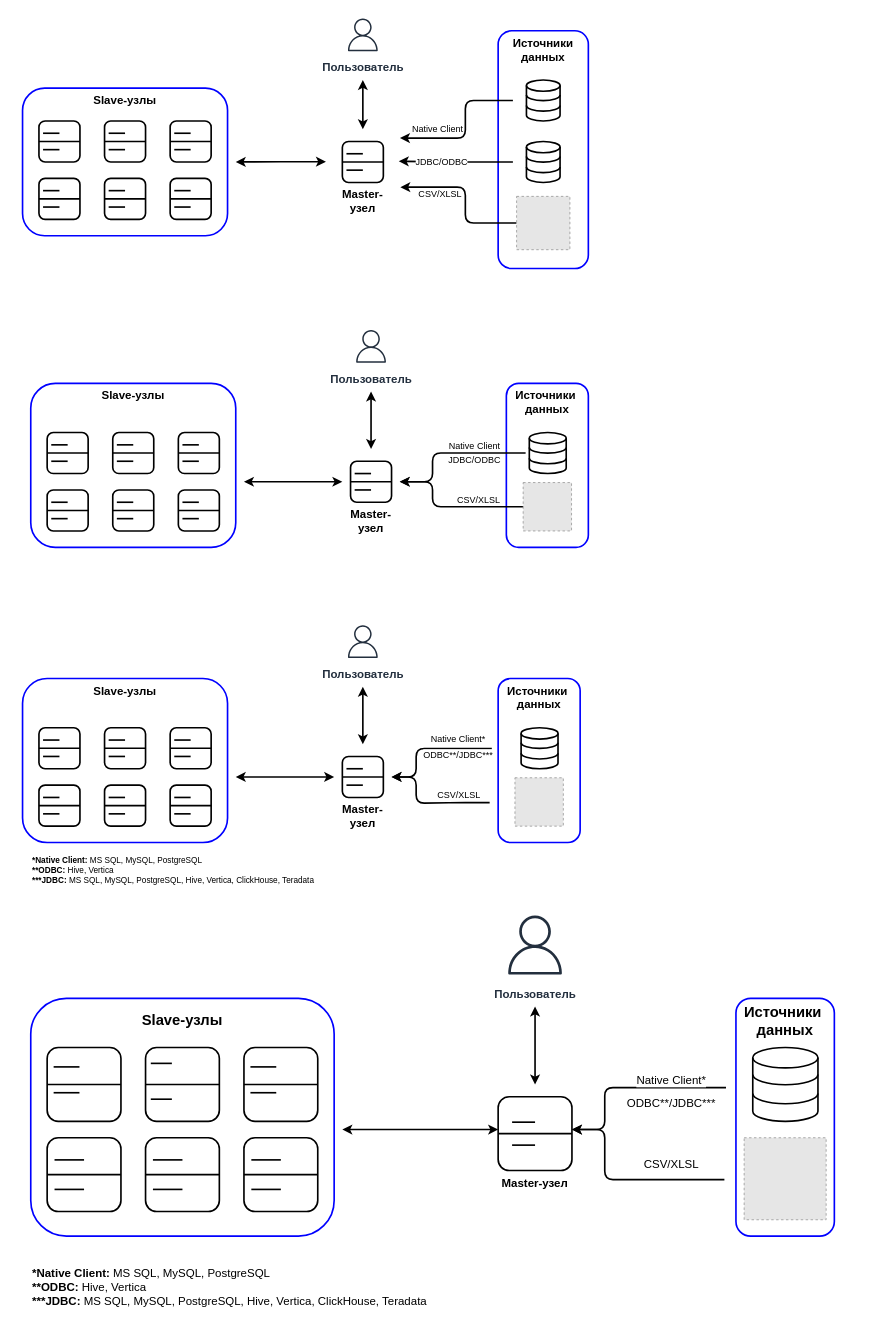
FYamaev/draw.io keeps this draw.io diagram as page "PA-cluster_2_v1" (5 of 10) of YDB-PD_v3.drawio. Above is the earlier version. Source tidied: cells renumbered, new cells numbered last; positions are measured from the earlier drawing's top-left corner, leaving out a move shared by most shapes. Both pictures are drawn from the tidied source at 82%, with x=0, y=0 at pixel (14, 14). Pictures stored in the file or linked from it are replaced by grey dashed boxes.
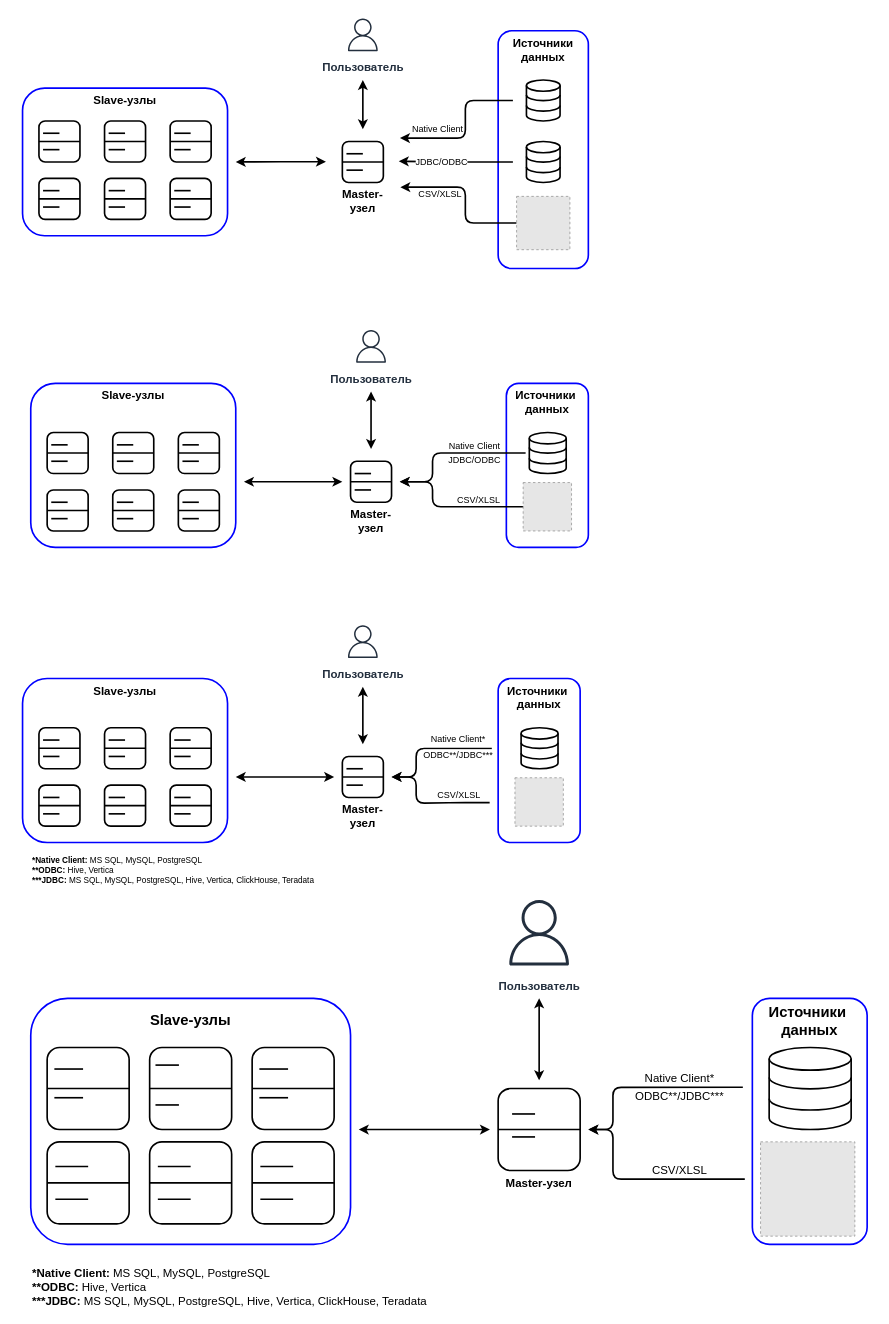
After the change.

What changed in the source:
```diff
@@
+    <mxCell id="216" style="rounded=0;whiteSpace=wrap;html=1;fillColor=none;strokeColor=none;" parent="1" vertex="1">
+      <mxGeometry x="580" y="1060" width="120" height="140" as="geometry" />
+    </mxCell>
     <mxCell id="2" style="rounded=0;whiteSpace=wrap;html=1;strokeColor=none;opacity=0;fontSize=14;" parent="1" vertex="1">
-      <mxGeometry x="590" y="1305" width="90" height="110" as="geometry" />
+      <mxGeometry x="580" y="1300" width="120" height="120" as="geometry" />
     </mxCell>
     <mxCell id="3" style="rounded=0;whiteSpace=wrap;html=1;strokeColor=none;opacity=0;" parent="1" vertex="1">
-      <mxGeometry x="870" y="1200" width="120" height="310" as="geometry" />
+      <mxGeometry x="890" y="1200" width="160" height="320" as="geometry" />
     </mxCell>
@@
     <mxCell id="161" value="Источники&amp;nbsp;&lt;div&gt;данных&lt;/div&gt;" style="rounded=1;whiteSpace=wrap;html=1;strokeWidth=2;strokeColor=#0000FF;verticalAlign=top;fontSize=18;fontStyle=1;" parent="1" vertex="1">
-      <mxGeometry x="880" y="1200" width="120" height="290" as="geometry" />
+      <mxGeometry x="900" y="1200" width="140" height="300" as="geometry" />
     </mxCell>
     <mxCell id="162" style="rounded=0;whiteSpace=wrap;html=1;strokeColor=none;opacity=0;" parent="1" vertex="1">
-      <mxGeometry x="10" y="1200" width="390" height="320" as="geometry" />
+      <mxGeometry x="10" y="1200" width="410" height="320" as="geometry" />
     </mxCell>
@@
     <mxCell id="164" value="Slave-узлы" style="rounded=1;whiteSpace=wrap;html=1;strokeWidth=2;strokeColor=#0000FF;verticalAlign=top;fontSize=18;fontStyle=1;spacingTop=10;" parent="1" vertex="1">
-      <mxGeometry x="20" y="1200" width="370" height="290" as="geometry" />
+      <mxGeometry x="20" y="1200" width="390" height="300" as="geometry" />
     </mxCell>
     <mxCell id="165" style="group;" parent="1" vertex="1">
-      <mxGeometry x="40" y="1260" width="90" height="90" as="geometry" />
+      <mxGeometry x="40" y="1260" width="100" height="100" as="geometry" />
     </mxCell>
     <mxCell id="166" style="group;" parent="165" vertex="1">
-      <mxGeometry width="90" height="90" as="geometry" />
+      <mxGeometry width="100" height="100" as="geometry" />
     </mxCell>
     <mxCell id="167" style="rounded=1;whiteSpace=wrap;html=1;strokeWidth=2;" parent="166" vertex="1">
-      <mxGeometry width="90" height="90" as="geometry" />
+      <mxGeometry width="100" height="100" as="geometry" />
     </mxCell>
@@
     <mxCell id="169" style="endArrow=none;html=1;rounded=0;strokeWidth=2;" parent="166" edge="1">
       <mxGeometry relative="1" as="geometry">
-        <mxPoint x="7.9" y="23.6" as="sourcePoint" />
-        <mxPoint x="39.4" y="23.6" as="targetPoint" />
+        <mxPoint x="8.8" y="26.2" as="sourcePoint" />
+        <mxPoint x="43.8" y="26.2" as="targetPoint" />
       </mxGeometry>
     </mxCell>
     <mxCell id="170" style="endArrow=none;html=1;rounded=0;strokeWidth=2;" parent="166" edge="1">
       <mxGeometry relative="1" as="geometry">
-        <mxPoint x="7.9" y="55.1" as="sourcePoint" />
-        <mxPoint x="39.4" y="55.1" as="targetPoint" />
+        <mxPoint x="8.8" y="61.2" as="sourcePoint" />
+        <mxPoint x="43.8" y="61.2" as="targetPoint" />
       </mxGeometry>
     </mxCell>
     <mxCell id="171" style="group;" parent="1" vertex="1">
-      <mxGeometry x="160" y="1260" width="90" height="90" as="geometry" />
+      <mxGeometry x="165" y="1260" width="100" height="100" as="geometry" />
     </mxCell>
     <mxCell id="172" style="group;" parent="171" vertex="1">
-      <mxGeometry width="90" height="90" as="geometry" />
+      <mxGeometry width="100" height="100" as="geometry" />
     </mxCell>
     <mxCell id="173" style="rounded=1;whiteSpace=wrap;html=1;strokeWidth=2;" parent="172" vertex="1">
-      <mxGeometry width="90" height="90" as="geometry" />
+      <mxGeometry width="100" height="100" as="geometry" />
     </mxCell>
@@
     <mxCell id="175" style="endArrow=none;html=1;rounded=0;strokeWidth=2;" parent="172" edge="1">
       <mxGeometry relative="1" as="geometry">
-        <mxPoint x="6.4" y="19.3" as="sourcePoint" />
-        <mxPoint x="32.1" y="19.3" as="targetPoint" />
+        <mxPoint x="7.1" y="21.4" as="sourcePoint" />
+        <mxPoint x="35.7" y="21.4" as="targetPoint" />
       </mxGeometry>
     </mxCell>
     <mxCell id="176" style="endArrow=none;html=1;rounded=0;strokeWidth=2;" parent="172" edge="1">
       <mxGeometry relative="1" as="geometry">
-        <mxPoint x="6.4" y="63" as="sourcePoint" />
-        <mxPoint x="32.1" y="63" as="targetPoint" />
+        <mxPoint x="7.1" y="70" as="sourcePoint" />
+        <mxPoint x="35.7" y="70" as="targetPoint" />
       </mxGeometry>
     </mxCell>
     <mxCell id="177" style="group;" parent="1" vertex="1">
-      <mxGeometry x="280" y="1260" width="90" height="90" as="geometry" />
+      <mxGeometry x="290" y="1260" width="100" height="100" as="geometry" />
     </mxCell>
     <mxCell id="178" style="group;" parent="177" vertex="1">
-      <mxGeometry width="90" height="90" as="geometry" />
+      <mxGeometry width="100" height="100" as="geometry" />
     </mxCell>
     <mxCell id="179" style="rounded=1;whiteSpace=wrap;html=1;strokeWidth=2;" parent="178" vertex="1">
-      <mxGeometry width="90" height="90" as="geometry" />
+      <mxGeometry width="100" height="100" as="geometry" />
     </mxCell>
@@
     <mxCell id="181" style="endArrow=none;html=1;rounded=0;strokeWidth=2;" parent="178" edge="1">
       <mxGeometry relative="1" as="geometry">
-        <mxPoint x="7.9" y="23.6" as="sourcePoint" />
-        <mxPoint x="39.4" y="23.6" as="targetPoint" />
+        <mxPoint x="8.8" y="26.2" as="sourcePoint" />
+        <mxPoint x="43.8" y="26.2" as="targetPoint" />
       </mxGeometry>
     </mxCell>
     <mxCell id="182" style="endArrow=none;html=1;rounded=0;strokeWidth=2;" parent="178" edge="1">
       <mxGeometry relative="1" as="geometry">
-        <mxPoint x="7.9" y="55.1" as="sourcePoint" />
-        <mxPoint x="39.4" y="55.1" as="targetPoint" />
+        <mxPoint x="8.8" y="61.2" as="sourcePoint" />
+        <mxPoint x="43.8" y="61.2" as="targetPoint" />
       </mxGeometry>
     </mxCell>
     <mxCell id="183" style="group;" parent="1" vertex="1">
-      <mxGeometry x="40" y="1370" width="90" height="90" as="geometry" />
+      <mxGeometry x="40" y="1375" width="100" height="100" as="geometry" />
     </mxCell>
     <mxCell id="184" style="group;" parent="183" vertex="1">
-      <mxGeometry width="90" height="90" as="geometry" />
+      <mxGeometry width="100" height="100" as="geometry" />
     </mxCell>
     <mxCell id="185" style="rounded=1;whiteSpace=wrap;html=1;strokeWidth=2;" parent="184" vertex="1">
-      <mxGeometry width="90" height="90" as="geometry" />
+      <mxGeometry width="100" height="100" as="geometry" />
     </mxCell>
@@
     <mxCell id="187" style="endArrow=none;html=1;rounded=0;strokeWidth=2;" parent="184" edge="1">
       <mxGeometry relative="1" as="geometry">
-        <mxPoint x="9" y="27" as="sourcePoint" />
-        <mxPoint x="45" y="27" as="targetPoint" />
+        <mxPoint x="10" y="30" as="sourcePoint" />
+        <mxPoint x="50" y="30" as="targetPoint" />
       </mxGeometry>
     </mxCell>
     <mxCell id="188" style="endArrow=none;html=1;rounded=0;strokeWidth=2;" parent="184" edge="1">
       <mxGeometry relative="1" as="geometry">
-        <mxPoint x="9" y="63" as="sourcePoint" />
-        <mxPoint x="45" y="63" as="targetPoint" />
+        <mxPoint x="10" y="70" as="sourcePoint" />
+        <mxPoint x="50" y="70" as="targetPoint" />
       </mxGeometry>
     </mxCell>
     <mxCell id="189" style="group;" parent="1" vertex="1">
-      <mxGeometry x="280" y="1370" width="90" height="90" as="geometry" />
+      <mxGeometry x="290" y="1375" width="100" height="100" as="geometry" />
     </mxCell>
     <mxCell id="190" style="group;" parent="189" vertex="1">
-      <mxGeometry width="90" height="90" as="geometry" />
+      <mxGeometry width="100" height="100" as="geometry" />
     </mxCell>
     <mxCell id="191" style="group;" parent="190" vertex="1">
-      <mxGeometry width="90" height="90" as="geometry" />
+      <mxGeometry width="100" height="100" as="geometry" />
     </mxCell>
     <mxCell id="192" style="rounded=1;whiteSpace=wrap;html=1;strokeWidth=2;" parent="191" vertex="1">
-      <mxGeometry width="90" height="90" as="geometry" />
+      <mxGeometry width="100" height="100" as="geometry" />
     </mxCell>
@@
     <mxCell id="194" style="endArrow=none;html=1;rounded=0;strokeWidth=2;" parent="191" edge="1">
       <mxGeometry relative="1" as="geometry">
-        <mxPoint x="9" y="27" as="sourcePoint" />
-        <mxPoint x="45" y="27" as="targetPoint" />
+        <mxPoint x="10" y="30" as="sourcePoint" />
+        <mxPoint x="50" y="30" as="targetPoint" />
       </mxGeometry>
     </mxCell>
     <mxCell id="195" style="endArrow=none;html=1;rounded=0;strokeWidth=2;" parent="191" edge="1">
       <mxGeometry relative="1" as="geometry">
-        <mxPoint x="9" y="63" as="sourcePoint" />
-        <mxPoint x="45" y="63" as="targetPoint" />
+        <mxPoint x="10" y="70" as="sourcePoint" />
+        <mxPoint x="50" y="70" as="targetPoint" />
       </mxGeometry>
     </mxCell>
     <mxCell id="196" value="Пользователь" style="sketch=0;fontColor=#232F3E;gradientColor=none;strokeColor=#232F3E;fillColor=#ffffff;dashed=0;verticalLabelPosition=bottom;verticalAlign=top;align=center;html=1;fontSize=14;fontStyle=1;shape=mxgraph.aws4.resourceIcon;resIcon=mxgraph.aws4.user;" parent="1" vertex="1">
-      <mxGeometry x="590" y="1090" width="90" height="90" as="geometry" />
+      <mxGeometry x="590" y="1070" width="100" height="100" as="geometry" />
     </mxCell>
-    <mxCell id="197" style="endArrow=classic;startArrow=classic;html=1;rounded=0;strokeWidth=2;exitX=0.5;exitY=0;exitDx=0;exitDy=0;" parent="1" edge="1" source="2">
-      <mxGeometry relative="1" as="geometry">
-        <mxPoint x="635" y="1210" as="targetPoint" />
-      </mxGeometry>
+    <mxCell id="197" style="endArrow=classic;startArrow=classic;html=1;rounded=0;strokeWidth=2;exitX=0.5;exitY=0;exitDx=0;exitDy=0;entryX=0.5;entryY=1;entryDx=0;entryDy=0;" parent="1" edge="1" source="2" target="216">
+      <mxGeometry relative="1" as="geometry" />
     </mxCell>
-    <mxCell id="198" style="rounded=1;jettySize=auto;html=1;strokeWidth=2;spacing=0;jumpSize=6;entryX=1;entryY=0.5;entryDx=0;entryDy=0;exitX=-0.018;exitY=0.351;exitDx=0;exitDy=0;exitPerimeter=0;edgeStyle=orthogonalEdgeStyle;" parent="1" edge="1" source="3" target="2">
+    <mxCell id="198" style="rounded=1;jettySize=auto;html=1;strokeWidth=2;spacing=0;jumpSize=6;entryX=1;entryY=0.5;entryDx=0;entryDy=0;edgeStyle=orthogonalEdgeStyle;exitX=-0.01;exitY=0.339;exitDx=0;exitDy=0;exitPerimeter=0;" parent="1" edge="1" source="3" target="2">
       <mxGeometry relative="1" as="geometry">
         <Array as="points">
-          <mxPoint x="720" y="1309" />
-          <mxPoint x="720" y="1360" />
+          <mxPoint x="730" y="1309" />
+          <mxPoint x="730" y="1360" />
         </Array>
       </mxGeometry>
     </mxCell>
     <mxCell id="199" value="ODBC**/JDBC***" style="edgeLabel;html=1;align=center;verticalAlign=top;fontSize=14;" parent="198" vertex="1">
       <mxGeometry x="0.43" relative="1" as="geometry">
-        <mxPoint x="80" y="-19" as="offset" />
+        <mxPoint x="80" y="-17" as="offset" />
       </mxGeometry>
     </mxCell>
     <mxCell id="200" value="Native Client*" style="edgeLabel;html=1;align=center;verticalAlign=bottom;rotation=0;fontSize=14;" parent="198" vertex="1">
       <mxGeometry x="0.43" relative="1" as="geometry">
-        <mxPoint x="80" y="-22" as="offset" />
+        <mxPoint x="80" y="-15" as="offset" />
       </mxGeometry>
     </mxCell>
     <mxCell id="201" style="html=1;verticalLabelPosition=bottom;align=center;labelBackgroundColor=#ffffff;verticalAlign=top;strokeWidth=2;strokeColor=#000000;shadow=0;dashed=0;shape=mxgraph.ios7.icons.data;" parent="1" vertex="1">
-      <mxGeometry x="900.5" y="1260" width="79.5" height="90" as="geometry" />
+      <mxGeometry x="920.5" y="1260" width="100" height="100" as="geometry" />
     </mxCell>
-    <mxCell id="202" style="rounded=1;jettySize=auto;html=1;strokeWidth=2;entryX=1;entryY=0.5;entryDx=0;entryDy=0;exitX=-0.034;exitY=0.713;exitDx=0;exitDy=0;exitPerimeter=0;edgeStyle=orthogonalEdgeStyle;" parent="1" edge="1" source="3" target="2">
+    <mxCell id="202" style="rounded=1;jettySize=auto;html=1;strokeWidth=2;entryX=1;entryY=0.5;entryDx=0;entryDy=0;edgeStyle=orthogonalEdgeStyle;exitX=0.005;exitY=0.689;exitDx=0;exitDy=0;exitPerimeter=0;" parent="1" edge="1" source="3" target="2">
       <mxGeometry relative="1" as="geometry">
         <Array as="points">
-          <mxPoint x="720" y="1421" />
-          <mxPoint x="720" y="1360" />
+          <mxPoint x="730" y="1421" />
+          <mxPoint x="730" y="1360" />
         </Array>
       </mxGeometry>
     </mxCell>
     <mxCell id="203" value="CSV/XLSL" style="edgeLabel;html=1;align=center;verticalAlign=bottom;fontSize=14;" parent="202" vertex="1">
       <mxGeometry x="0.6" relative="1" as="geometry">
-        <mxPoint x="80" y="43" as="offset" />
+        <mxPoint x="80" y="40" as="offset" />
       </mxGeometry>
     </mxCell>
     <mxCell id="204" style="fillColor=#E6E6E6;strokeColor=#999999;dashed=1;html=1;verticalAlign=top;verticalLabelPosition=bottom;labelBackgroundColor=#ffffff;" parent="1" vertex="1">
-      <mxGeometry x="890" y="1370" width="100" height="100" as="geometry" />
+      <mxGeometry x="910" y="1375" width="115" height="115" as="geometry" />
     </mxCell>
     <mxCell id="205" style="group;fontSize=15;" parent="1" vertex="1">
-      <mxGeometry x="600" y="1330" width="80" height="130" as="geometry" />
+      <mxGeometry x="600" y="1320" width="90" height="130" as="geometry" />
     </mxCell>
     <mxCell id="206" value="Master-узел" style="rounded=1;whiteSpace=wrap;html=1;strokeWidth=2;labelPosition=center;verticalLabelPosition=bottom;align=center;verticalAlign=top;fontSize=14;fontStyle=1;" parent="205" vertex="1">
-      <mxGeometry x="-10" y="-10" width="90" height="90" as="geometry" />
+      <mxGeometry x="-10" y="-10" width="100" height="100" as="geometry" />
     </mxCell>
@@
     <mxCell id="211" style="group;" parent="1" vertex="1">
-      <mxGeometry x="160" y="1370" width="90" height="90" as="geometry" />
+      <mxGeometry x="165" y="1375" width="100" height="100" as="geometry" />
     </mxCell>
     <mxCell id="212" style="rounded=1;whiteSpace=wrap;html=1;strokeWidth=2;" parent="211" vertex="1">
-      <mxGeometry width="90" height="90" as="geometry" />
+      <mxGeometry width="100" height="100" as="geometry" />
     </mxCell>
@@
     <mxCell id="214" style="endArrow=none;html=1;rounded=0;strokeWidth=2;" parent="211" edge="1">
       <mxGeometry relative="1" as="geometry">
-        <mxPoint x="9" y="27" as="sourcePoint" />
-        <mxPoint x="45" y="27" as="targetPoint" />
+        <mxPoint x="10" y="30" as="sourcePoint" />
+        <mxPoint x="50" y="30" as="targetPoint" />
       </mxGeometry>
     </mxCell>
     <mxCell id="215" style="endArrow=none;html=1;rounded=0;strokeWidth=2;" parent="211" edge="1">
       <mxGeometry relative="1" as="geometry">
-        <mxPoint x="9" y="63" as="sourcePoint" />
-        <mxPoint x="45" y="63" as="targetPoint" />
+        <mxPoint x="10" y="70" as="sourcePoint" />
+        <mxPoint x="50" y="70" as="targetPoint" />
       </mxGeometry>
     </mxCell>
```
